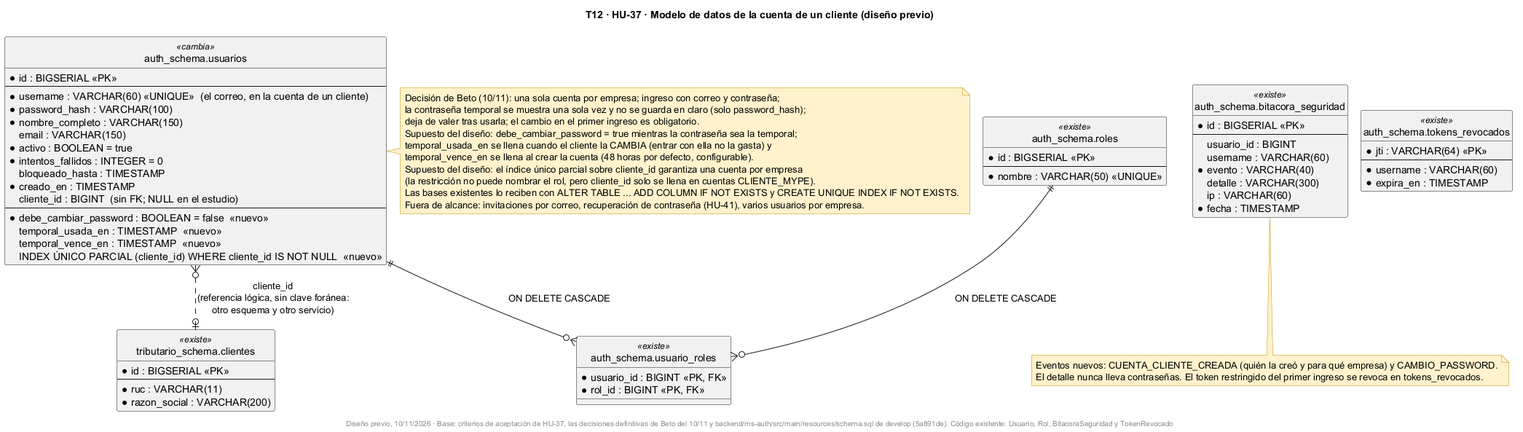
Above: docs/uml/img/T12-HU37-er-cuenta-cliente.png in fabianrodriguez33/plus-contable (PlantUML), before the change.
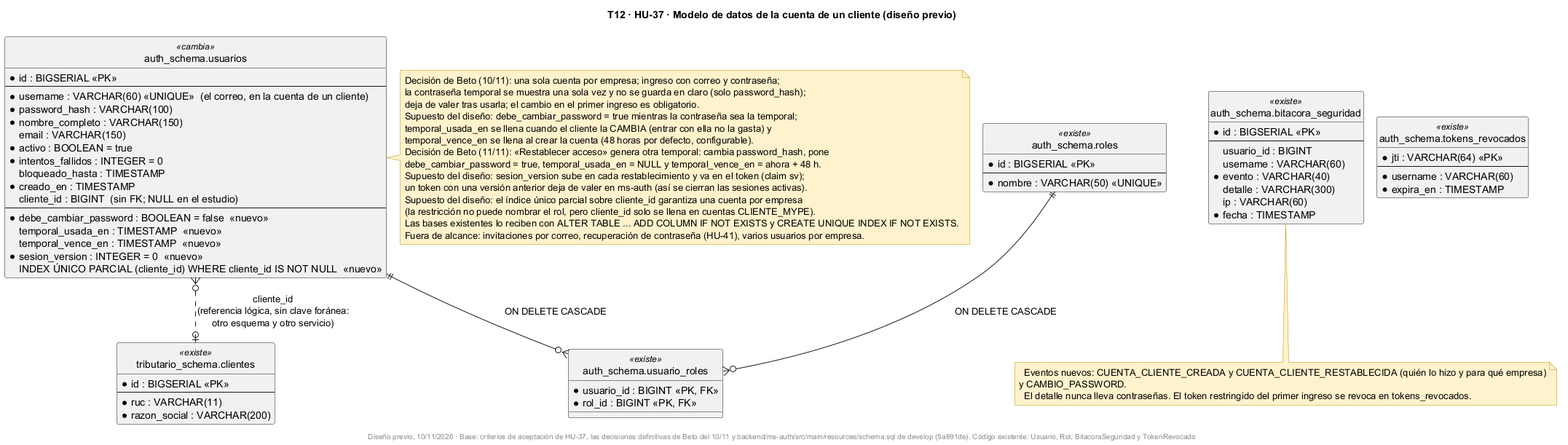
After the change.

Commit message:
HU-37 (T12): los diagramas incluyen «Restablecer acceso» y la vigencia de la temporal decidida por Beto el 11/11

The edit, as a diff of the source:
```diff
@@ -23,6 +23,7 @@
   * debe_cambiar_password : BOOLEAN = false  <<nuevo>>
   temporal_usada_en : TIMESTAMP  <<nuevo>>
   temporal_vence_en : TIMESTAMP  <<nuevo>>
+  * sesion_version : INTEGER = 0  <<nuevo>>
   INDEX ÚNICO PARCIAL (cliente_id) WHERE cliente_id IS NOT NULL  <<nuevo>>
 }
 
@@ -73,6 +74,10 @@
   Supuesto del diseño: debe_cambiar_password = true mientras la contraseña sea la temporal;
   temporal_usada_en se llena cuando el cliente la CAMBIA (entrar con ella no la gasta) y
   temporal_vence_en se llena al crear la cuenta (48 horas por defecto, configurable).
+  Decisión de Beto (11/11): «Restablecer acceso» genera otra temporal: cambia password_hash, pone
+  debe_cambiar_password = true, temporal_usada_en = NULL y temporal_vence_en = ahora + 48 h.
+  Supuesto del diseño: sesion_version sube en cada restablecimiento y va en el token (claim sv);
+  un token con una versión anterior deja de valer en ms-auth (así se cierran las sesiones activas).
   Supuesto del diseño: el índice único parcial sobre cliente_id garantiza una cuenta por empresa
   (la restricción no puede nombrar el rol, pero cliente_id solo se llena en cuentas CLIENTE_MYPE).
   Las bases existentes lo reciben con ALTER TABLE ... ADD COLUMN IF NOT EXISTS y CREATE UNIQUE INDEX IF NOT EXISTS.
@@ -80,7 +85,8 @@
 end note
 
 note bottom of bitacora
-  Eventos nuevos: CUENTA_CLIENTE_CREADA (quién la creó y para qué empresa) y CAMBIO_PASSWORD.
+  Eventos nuevos: CUENTA_CLIENTE_CREADA y CUENTA_CLIENTE_RESTABLECIDA (quién lo hizo y para qué empresa)
+y CAMBIO_PASSWORD.
   El detalle nunca lleva contraseñas. El token restringido del primer ingreso se revoca en tokens_revocados.
 end note
 
```
